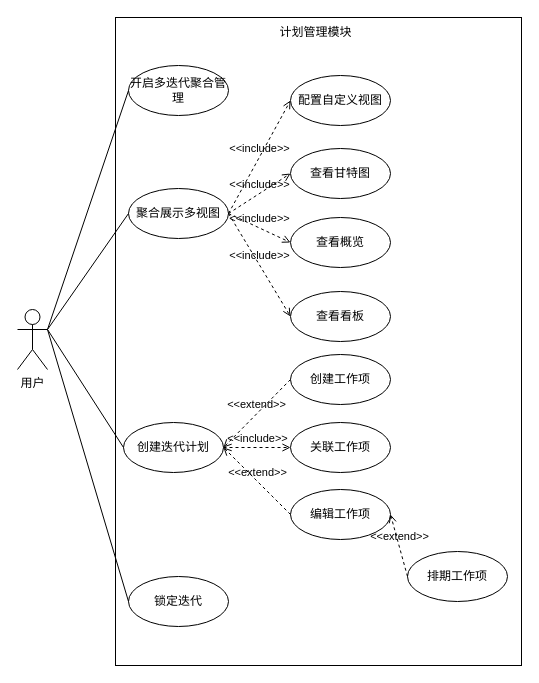
This is 计划管理模块用例图.drawio from qf2020/drawio, a draw.io file, before an edit. Source tidied: cells renumbered, new cells numbered last; positions are measured from the earlier drawing's top-left corner, leaving out a move shared by most shapes. Both pictures are drawn from the tidied source at 100%, with x=0, y=0 at pixel (17, 17).
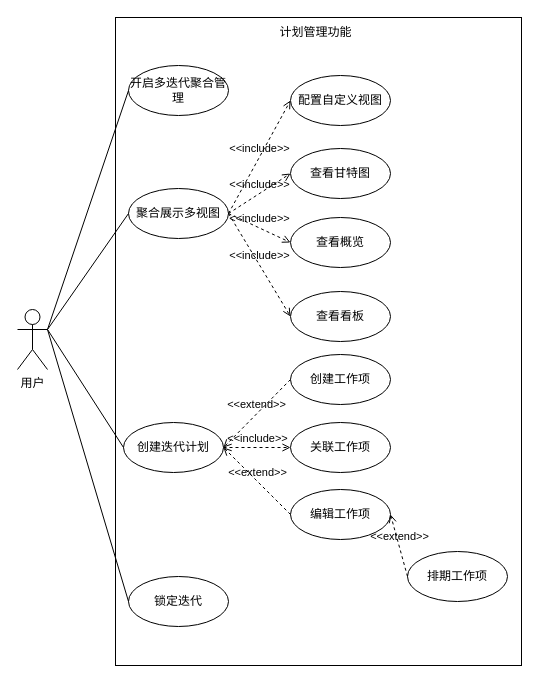
The same page after the edit.

Commit message:
更新计划管理模块用例图.drawio

What changed in the source:
```diff
@@
-    <mxCell id="4" value="计划管理模块" style="text;html=1;align=center;verticalAlign=middle;whiteSpace=wrap;rounded=0;" parent="1" vertex="1">
+    <mxCell id="4" value="计划管理功能" style="text;html=1;align=center;verticalAlign=middle;whiteSpace=wrap;rounded=0;" parent="1" vertex="1">
       <mxGeometry x="249" width="99" height="30" as="geometry" />
     </mxCell>
```
